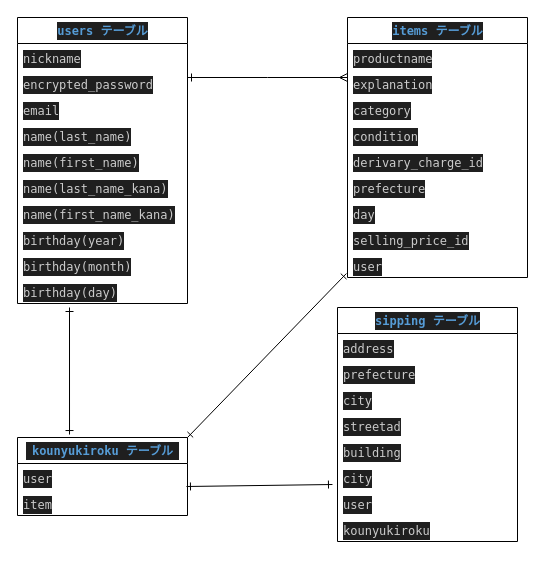
This is er.dio from hichaniko/furima-39696, a draw.io file, before an edit. Source tidied: cells renumbered, new cells numbered last; positions are measured from the earlier drawing's top-left corner, leaving out a move shared by most shapes. Both pictures are drawn from the tidied source at 100%, with x=0, y=0 at pixel (17, 17).
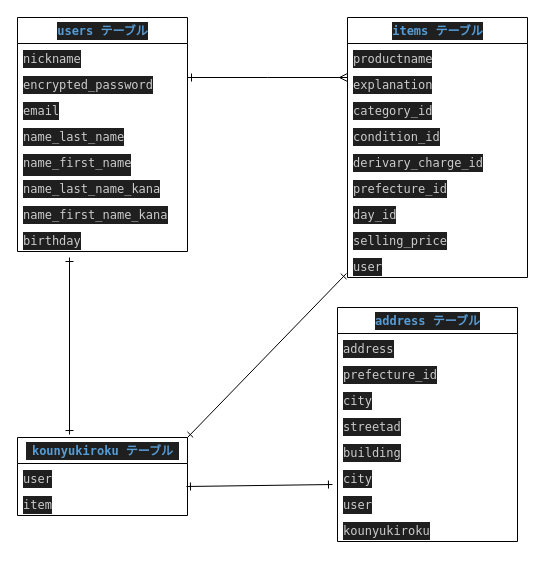
Above is the later version.

Commit message (it also covers changes not shown here):
データベース修正

Unchanged cells that the change refers to:
```xml
<mxCell id="13" value="&lt;div style=&quot;color: rgb(204, 204, 204); background-color: rgb(31, 31, 31); font-family: Menlo, Monaco, &amp;quot;Courier New&amp;quot;, monospace; line-height: 18px;&quot;&gt;&lt;span style=&quot;color: #569cd6;font-weight: bold;&quot;&gt;items テーブル&lt;/span&gt;&lt;/div&gt;" style="swimlane;fontStyle=0;horizontal=1;startSize=26;fillColor=none;html=1;" parent="1" vertex="1">
  <mxGeometry x="330" width="180" height="260" as="geometry" />
</mxCell>
<mxCell id="23" value="&lt;div style=&quot;color: rgb(204, 204, 204); background-color: rgb(31, 31, 31); font-family: Menlo, Monaco, &amp;quot;Courier New&amp;quot;, monospace; font-weight: normal; font-size: 12px; line-height: 18px;&quot;&gt;&lt;div&gt;&lt;span style=&quot;color: #569cd6;font-weight: bold;&quot;&gt;kounyukiroku テーブル　&lt;/span&gt;&lt;/div&gt;&lt;/div&gt;" style="swimlane;fontStyle=0;horizontal=1;startSize=26;fillColor=none;html=1;" parent="1" vertex="1">
  <mxGeometry y="420" width="170" height="78" as="geometry" />
</mxCell>
```

Change to the diagram source:
```diff
@@
     <mxCell id="2" value="&lt;div style=&quot;color: rgb(204, 204, 204); background-color: rgb(31, 31, 31); font-family: Menlo, Monaco, &amp;quot;Courier New&amp;quot;, monospace; line-height: 18px;&quot;&gt;&lt;span style=&quot;color: #569cd6;font-weight: bold;&quot;&gt;users テーブル&lt;/span&gt;&lt;/div&gt;" style="swimlane;fontStyle=0;horizontal=1;startSize=26;fillColor=none;html=1;" parent="1" vertex="1">
-      <mxGeometry width="170" height="286" as="geometry" />
+      <mxGeometry width="170" height="234" as="geometry" />
     </mxCell>
@@
-    <mxCell id="6" value="&lt;div style=&quot;color: rgb(204, 204, 204); background-color: rgb(31, 31, 31); font-family: Menlo, Monaco, &amp;quot;Courier New&amp;quot;, monospace; font-weight: normal; font-size: 12px; line-height: 18px;&quot;&gt;&lt;div style=&quot;line-height: 18px;&quot;&gt;name(&lt;span style=&quot;&quot;&gt;last_name&lt;/span&gt;)&lt;/div&gt;&lt;/div&gt;" style="text;strokeColor=none;fillColor=none;align=left;verticalAlign=top;spacingLeft=4;spacingRight=4;overflow=hidden;whiteSpace=wrap;html=1;" parent="2" vertex="1">
+    <mxCell id="6" value="&lt;div style=&quot;color: rgb(204, 204, 204); background-color: rgb(31, 31, 31); font-family: Menlo, Monaco, &amp;quot;Courier New&amp;quot;, monospace; font-weight: normal; font-size: 12px; line-height: 18px;&quot;&gt;&lt;div style=&quot;line-height: 18px;&quot;&gt;name_&lt;span style=&quot;&quot;&gt;last_name&lt;/span&gt;&lt;/div&gt;&lt;/div&gt;" style="text;strokeColor=none;fillColor=none;align=left;verticalAlign=top;spacingLeft=4;spacingRight=4;overflow=hidden;whiteSpace=wrap;html=1;" parent="2" vertex="1">
       <mxGeometry y="104" width="170" height="26" as="geometry" />
     </mxCell>
-    <mxCell id="7" value="&lt;div style=&quot;color: rgb(204, 204, 204); background-color: rgb(31, 31, 31); font-family: Menlo, Monaco, &amp;quot;Courier New&amp;quot;, monospace; font-weight: normal; font-size: 12px; line-height: 18px;&quot;&gt;&lt;div style=&quot;line-height: 18px;&quot;&gt;name(&lt;span style=&quot;&quot;&gt;first_name&lt;/span&gt;)&lt;/div&gt;&lt;/div&gt;" style="text;strokeColor=none;fillColor=none;align=left;verticalAlign=top;spacingLeft=4;spacingRight=4;overflow=hidden;whiteSpace=wrap;html=1;" parent="2" vertex="1">
+    <mxCell id="7" value="&lt;div style=&quot;color: rgb(204, 204, 204); background-color: rgb(31, 31, 31); font-family: Menlo, Monaco, &amp;quot;Courier New&amp;quot;, monospace; font-weight: normal; font-size: 12px; line-height: 18px;&quot;&gt;&lt;div style=&quot;line-height: 18px;&quot;&gt;name_&lt;span style=&quot;&quot;&gt;first_name&lt;/span&gt;&lt;/div&gt;&lt;div style=&quot;line-height: 18px;&quot;&gt;&lt;br&gt;&lt;/div&gt;&lt;/div&gt;" style="text;strokeColor=none;fillColor=none;align=left;verticalAlign=top;spacingLeft=4;spacingRight=4;overflow=hidden;whiteSpace=wrap;html=1;" parent="2" vertex="1">
       <mxGeometry y="130" width="170" height="26" as="geometry" />
     </mxCell>
-    <mxCell id="8" value="&lt;div style=&quot;color: rgb(204, 204, 204); background-color: rgb(31, 31, 31); font-family: Menlo, Monaco, &amp;quot;Courier New&amp;quot;, monospace; font-weight: normal; font-size: 12px; line-height: 18px;&quot;&gt;&lt;div style=&quot;line-height: 18px;&quot;&gt;name(&lt;span style=&quot;&quot;&gt;last&lt;/span&gt;_name_kana)&lt;/div&gt;&lt;/div&gt;" style="text;strokeColor=none;fillColor=none;align=left;verticalAlign=top;spacingLeft=4;spacingRight=4;overflow=hidden;whiteSpace=wrap;html=1;" parent="2" vertex="1">
+    <mxCell id="8" value="&lt;div style=&quot;color: rgb(204, 204, 204); background-color: rgb(31, 31, 31); font-family: Menlo, Monaco, &amp;quot;Courier New&amp;quot;, monospace; font-weight: normal; font-size: 12px; line-height: 18px;&quot;&gt;&lt;div style=&quot;line-height: 18px;&quot;&gt;name_&lt;span style=&quot;&quot;&gt;last&lt;/span&gt;_name_kana&lt;/div&gt;&lt;/div&gt;" style="text;strokeColor=none;fillColor=none;align=left;verticalAlign=top;spacingLeft=4;spacingRight=4;overflow=hidden;whiteSpace=wrap;html=1;" parent="2" vertex="1">
       <mxGeometry y="156" width="170" height="26" as="geometry" />
     </mxCell>
-    <mxCell id="9" value="&lt;div style=&quot;color: rgb(204, 204, 204); background-color: rgb(31, 31, 31); font-family: Menlo, Monaco, &amp;quot;Courier New&amp;quot;, monospace; font-weight: normal; font-size: 12px; line-height: 18px;&quot;&gt;&lt;div style=&quot;line-height: 18px;&quot;&gt;name(&lt;span style=&quot;&quot;&gt;first_name_kana&lt;/span&gt;)&lt;br&gt;&lt;/div&gt;&lt;/div&gt;" style="text;strokeColor=none;fillColor=none;align=left;verticalAlign=top;spacingLeft=4;spacingRight=4;overflow=hidden;whiteSpace=wrap;html=1;" parent="2" vertex="1">
+    <mxCell id="9" value="&lt;div style=&quot;color: rgb(204, 204, 204); background-color: rgb(31, 31, 31); font-family: Menlo, Monaco, &amp;quot;Courier New&amp;quot;, monospace; font-weight: normal; font-size: 12px; line-height: 18px;&quot;&gt;&lt;div style=&quot;line-height: 18px;&quot;&gt;name_&lt;span style=&quot;&quot;&gt;first_name_kana&lt;/span&gt;&lt;br&gt;&lt;/div&gt;&lt;/div&gt;" style="text;strokeColor=none;fillColor=none;align=left;verticalAlign=top;spacingLeft=4;spacingRight=4;overflow=hidden;whiteSpace=wrap;html=1;" parent="2" vertex="1">
       <mxGeometry y="182" width="170" height="26" as="geometry" />
     </mxCell>
-    <mxCell id="10" value="&lt;div style=&quot;color: rgb(204, 204, 204); background-color: rgb(31, 31, 31); font-family: Menlo, Monaco, &amp;quot;Courier New&amp;quot;, monospace; font-weight: normal; font-size: 12px; line-height: 18px;&quot;&gt;&lt;div&gt;&lt;span style=&quot;color: #cccccc;&quot;&gt;birthday&lt;/span&gt;&lt;span style=&quot;&quot;&gt;(year)&lt;/span&gt;&lt;/div&gt;&lt;/div&gt;" style="text;strokeColor=none;fillColor=none;align=left;verticalAlign=top;spacingLeft=4;spacingRight=4;overflow=hidden;whiteSpace=wrap;html=1;" parent="2" vertex="1">
+    <mxCell id="10" value="&lt;div style=&quot;color: rgb(204, 204, 204); background-color: rgb(31, 31, 31); font-family: Menlo, Monaco, &amp;quot;Courier New&amp;quot;, monospace; font-weight: normal; font-size: 12px; line-height: 18px;&quot;&gt;&lt;div&gt;&lt;span style=&quot;color: #cccccc;&quot;&gt;birthday&lt;/span&gt;&lt;/div&gt;&lt;/div&gt;" style="text;strokeColor=none;fillColor=none;align=left;verticalAlign=top;spacingLeft=4;spacingRight=4;overflow=hidden;whiteSpace=wrap;html=1;" parent="2" vertex="1">
       <mxGeometry y="208" width="170" height="26" as="geometry" />
     </mxCell>
-    <mxCell id="11" value="&lt;div style=&quot;color: rgb(204, 204, 204); background-color: rgb(31, 31, 31); font-family: Menlo, Monaco, &amp;quot;Courier New&amp;quot;, monospace; font-weight: normal; font-size: 12px; line-height: 18px;&quot;&gt;&lt;div&gt;&lt;span style=&quot;color: #cccccc;&quot;&gt;birthday&lt;/span&gt;&lt;span style=&quot;&quot;&gt;(month)&lt;/span&gt;&lt;/div&gt;&lt;/div&gt;" style="text;strokeColor=none;fillColor=none;align=left;verticalAlign=top;spacingLeft=4;spacingRight=4;overflow=hidden;whiteSpace=wrap;html=1;" parent="2" vertex="1">
-      <mxGeometry y="234" width="170" height="26" as="geometry" />
-    </mxCell>
-    <mxCell id="12" value="&lt;div style=&quot;color: rgb(204, 204, 204); background-color: rgb(31, 31, 31); font-family: Menlo, Monaco, &amp;quot;Courier New&amp;quot;, monospace; font-weight: normal; font-size: 12px; line-height: 18px;&quot;&gt;&lt;div&gt;&lt;span style=&quot;color: #cccccc;&quot;&gt;birthday(day)&lt;/span&gt;&lt;/div&gt;&lt;/div&gt;" style="text;strokeColor=none;fillColor=none;align=left;verticalAlign=top;spacingLeft=4;spacingRight=4;overflow=hidden;whiteSpace=wrap;html=1;" parent="2" vertex="1">
-      <mxGeometry y="260" width="170" height="26" as="geometry" />
-    </mxCell>
@@
-    <mxCell id="16" value="&lt;div style=&quot;color: rgb(204, 204, 204); background-color: rgb(31, 31, 31); font-family: Menlo, Monaco, &amp;quot;Courier New&amp;quot;, monospace; font-weight: normal; font-size: 12px; line-height: 18px;&quot;&gt;&lt;div&gt;&lt;span style=&quot;color: #cccccc;&quot;&gt;category&lt;/span&gt;&lt;/div&gt;&lt;/div&gt;" style="text;strokeColor=none;fillColor=none;align=left;verticalAlign=top;spacingLeft=4;spacingRight=4;overflow=hidden;whiteSpace=wrap;html=1;" parent="13" vertex="1">
+    <mxCell id="16" value="&lt;div style=&quot;color: rgb(204, 204, 204); background-color: rgb(31, 31, 31); font-family: Menlo, Monaco, &amp;quot;Courier New&amp;quot;, monospace; font-weight: normal; font-size: 12px; line-height: 18px;&quot;&gt;&lt;div&gt;&lt;span style=&quot;color: #cccccc;&quot;&gt;category&lt;/span&gt;_id&lt;/div&gt;&lt;/div&gt;" style="text;strokeColor=none;fillColor=none;align=left;verticalAlign=top;spacingLeft=4;spacingRight=4;overflow=hidden;whiteSpace=wrap;html=1;" parent="13" vertex="1">
       <mxGeometry y="78" width="180" height="26" as="geometry" />
     </mxCell>
-    <mxCell id="17" value="&lt;div style=&quot;color: rgb(204, 204, 204); background-color: rgb(31, 31, 31); font-family: Menlo, Monaco, &amp;quot;Courier New&amp;quot;, monospace; font-weight: normal; font-size: 12px; line-height: 18px;&quot;&gt;&lt;div&gt;&lt;span style=&quot;color: #cccccc;&quot;&gt;condition&lt;/span&gt;&lt;/div&gt;&lt;/div&gt;" style="text;strokeColor=none;fillColor=none;align=left;verticalAlign=top;spacingLeft=4;spacingRight=4;overflow=hidden;whiteSpace=wrap;html=1;" parent="13" vertex="1">
+    <mxCell id="17" value="&lt;div style=&quot;color: rgb(204, 204, 204); background-color: rgb(31, 31, 31); font-family: Menlo, Monaco, &amp;quot;Courier New&amp;quot;, monospace; font-weight: normal; font-size: 12px; line-height: 18px;&quot;&gt;&lt;div&gt;&lt;span style=&quot;color: #cccccc;&quot;&gt;condition&lt;/span&gt;_id&lt;/div&gt;&lt;/div&gt;" style="text;strokeColor=none;fillColor=none;align=left;verticalAlign=top;spacingLeft=4;spacingRight=4;overflow=hidden;whiteSpace=wrap;html=1;" parent="13" vertex="1">
       <mxGeometry y="104" width="180" height="26" as="geometry" />
     </mxCell>
@@
-    <mxCell id="19" value="&lt;div style=&quot;color: rgb(204, 204, 204); background-color: rgb(31, 31, 31); font-family: Menlo, Monaco, &amp;quot;Courier New&amp;quot;, monospace; font-weight: normal; font-size: 12px; line-height: 18px;&quot;&gt;&lt;div style=&quot;line-height: 18px;&quot;&gt;prefecture&lt;/div&gt;&lt;/div&gt;" style="text;strokeColor=none;fillColor=none;align=left;verticalAlign=top;spacingLeft=4;spacingRight=4;overflow=hidden;whiteSpace=wrap;html=1;" parent="13" vertex="1">
+    <mxCell id="19" value="&lt;div style=&quot;color: rgb(204, 204, 204); background-color: rgb(31, 31, 31); font-family: Menlo, Monaco, &amp;quot;Courier New&amp;quot;, monospace; font-weight: normal; font-size: 12px; line-height: 18px;&quot;&gt;&lt;div style=&quot;line-height: 18px;&quot;&gt;prefecture_id&lt;/div&gt;&lt;/div&gt;" style="text;strokeColor=none;fillColor=none;align=left;verticalAlign=top;spacingLeft=4;spacingRight=4;overflow=hidden;whiteSpace=wrap;html=1;" parent="13" vertex="1">
       <mxGeometry y="156" width="180" height="26" as="geometry" />
     </mxCell>
-    <mxCell id="20" value="&lt;div style=&quot;color: rgb(204, 204, 204); background-color: rgb(31, 31, 31); font-family: Menlo, Monaco, &amp;quot;Courier New&amp;quot;, monospace; font-weight: normal; font-size: 12px; line-height: 18px;&quot;&gt;&lt;div&gt;&lt;span style=&quot;color: #cccccc;&quot;&gt;day&lt;/span&gt;&lt;/div&gt;&lt;/div&gt;" style="text;strokeColor=none;fillColor=none;align=left;verticalAlign=top;spacingLeft=4;spacingRight=4;overflow=hidden;whiteSpace=wrap;html=1;" parent="13" vertex="1">
+    <mxCell id="20" value="&lt;div style=&quot;color: rgb(204, 204, 204); background-color: rgb(31, 31, 31); font-family: Menlo, Monaco, &amp;quot;Courier New&amp;quot;, monospace; font-weight: normal; font-size: 12px; line-height: 18px;&quot;&gt;&lt;div&gt;&lt;span style=&quot;color: #cccccc;&quot;&gt;day&lt;/span&gt;_id&lt;/div&gt;&lt;/div&gt;" style="text;strokeColor=none;fillColor=none;align=left;verticalAlign=top;spacingLeft=4;spacingRight=4;overflow=hidden;whiteSpace=wrap;html=1;" parent="13" vertex="1">
       <mxGeometry y="182" width="180" height="26" as="geometry" />
     </mxCell>
-    <mxCell id="21" value="&lt;div style=&quot;color: rgb(204, 204, 204); background-color: rgb(31, 31, 31); font-family: Menlo, Monaco, &amp;quot;Courier New&amp;quot;, monospace; font-weight: normal; font-size: 12px; line-height: 18px;&quot;&gt;&lt;div&gt;&lt;span style=&quot;color: #cccccc;&quot;&gt;selling_price&lt;/span&gt;&lt;span style=&quot;&quot;&gt;_id&lt;/span&gt;&lt;/div&gt;&lt;/div&gt;" style="text;strokeColor=none;fillColor=none;align=left;verticalAlign=top;spacingLeft=4;spacingRight=4;overflow=hidden;whiteSpace=wrap;html=1;" parent="13" vertex="1">
+    <mxCell id="21" value="&lt;div style=&quot;color: rgb(204, 204, 204); background-color: rgb(31, 31, 31); font-family: Menlo, Monaco, &amp;quot;Courier New&amp;quot;, monospace; font-weight: normal; font-size: 12px; line-height: 18px;&quot;&gt;&lt;div&gt;&lt;span style=&quot;color: #cccccc;&quot;&gt;selling_price&lt;/span&gt;&lt;/div&gt;&lt;/div&gt;" style="text;strokeColor=none;fillColor=none;align=left;verticalAlign=top;spacingLeft=4;spacingRight=4;overflow=hidden;whiteSpace=wrap;html=1;" parent="13" vertex="1">
       <mxGeometry y="208" width="180" height="26" as="geometry" />
     </mxCell>
@@
-    <mxCell id="26" value="&lt;div style=&quot;color: rgb(204, 204, 204); background-color: rgb(31, 31, 31); font-family: Menlo, Monaco, &amp;quot;Courier New&amp;quot;, monospace; font-weight: normal; font-size: 12px; line-height: 18px;&quot;&gt;&lt;div&gt;&lt;span style=&quot;color: #569cd6;font-weight: bold;&quot;&gt;sipping テーブル&lt;/span&gt;&lt;/div&gt;&lt;/div&gt;" style="swimlane;fontStyle=0;horizontal=1;startSize=26;fillColor=none;html=1;" parent="1" vertex="1">
+    <mxCell id="26" value="&lt;div style=&quot;color: rgb(204, 204, 204); background-color: rgb(31, 31, 31); font-family: Menlo, Monaco, &amp;quot;Courier New&amp;quot;, monospace; font-weight: normal; font-size: 12px; line-height: 18px;&quot;&gt;&lt;div&gt;&lt;span style=&quot;color: #569cd6;font-weight: bold;&quot;&gt;address テーブル&lt;/span&gt;&lt;/div&gt;&lt;/div&gt;" style="swimlane;fontStyle=0;horizontal=1;startSize=26;fillColor=none;html=1;" parent="1" vertex="1">
       <mxGeometry x="320" y="290" width="180" height="234" as="geometry" />
     </mxCell>
@@
-    <mxCell id="28" value="&lt;div style=&quot;color: rgb(204, 204, 204); background-color: rgb(31, 31, 31); font-family: Menlo, Monaco, &amp;quot;Courier New&amp;quot;, monospace; font-weight: normal; font-size: 12px; line-height: 18px;&quot;&gt;&lt;div&gt;&lt;span style=&quot;color: #cccccc;&quot;&gt;prefecture&lt;/span&gt;&lt;/div&gt;&lt;/div&gt;" style="text;strokeColor=none;fillColor=none;align=left;verticalAlign=top;spacingLeft=4;spacingRight=4;overflow=hidden;whiteSpace=wrap;html=1;" parent="26" vertex="1">
+    <mxCell id="28" value="&lt;div style=&quot;color: rgb(204, 204, 204); background-color: rgb(31, 31, 31); font-family: Menlo, Monaco, &amp;quot;Courier New&amp;quot;, monospace; font-weight: normal; font-size: 12px; line-height: 18px;&quot;&gt;&lt;div&gt;&lt;span style=&quot;color: #cccccc;&quot;&gt;prefecture_id&lt;/span&gt;&lt;/div&gt;&lt;/div&gt;" style="text;strokeColor=none;fillColor=none;align=left;verticalAlign=top;spacingLeft=4;spacingRight=4;overflow=hidden;whiteSpace=wrap;html=1;" parent="26" vertex="1">
       <mxGeometry y="52" width="180" height="26" as="geometry" />
     </mxCell>
@@
     <mxCell id="36" style="endArrow=ERone;html=1;rounded=0;startArrow=ERone;startFill=0;endFill=0;entryX=0.306;entryY=-0.038;entryDx=0;entryDy=0;entryPerimeter=0;" parent="1" edge="1" target="23">
       <mxGeometry relative="1" as="geometry">
-        <mxPoint x="52" y="290" as="sourcePoint" />
+        <mxPoint x="52" y="240" as="sourcePoint" />
       </mxGeometry>
     </mxCell>
```
